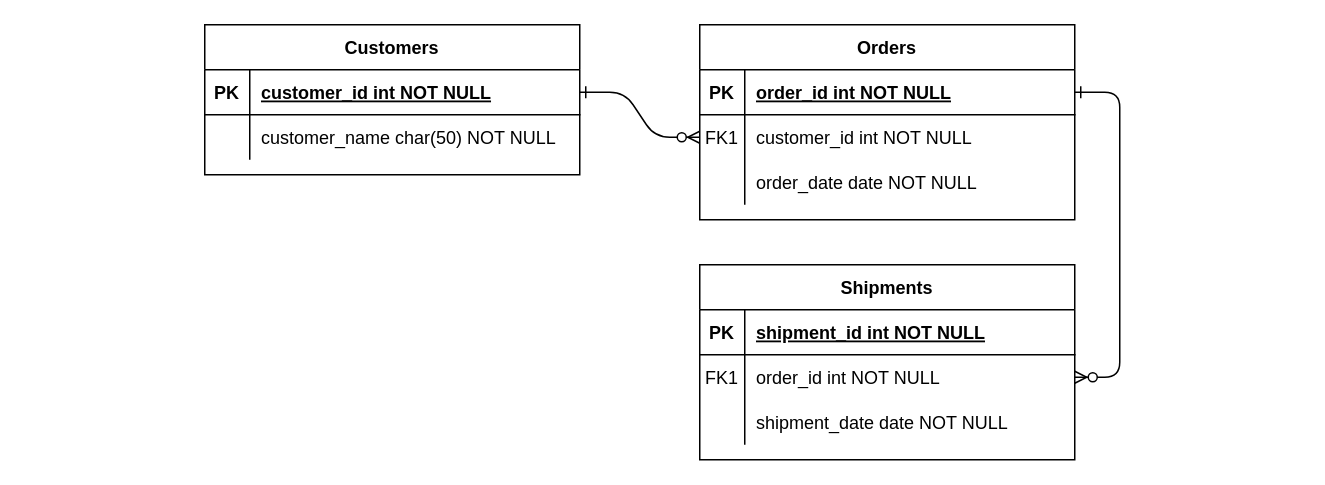
Before: Untitled Diagram.drawio in best-scooter/sds, a draw.io diagram. Source tidied: cells renumbered, new cells numbered last; positions are measured from the earlier drawing's top-left corner, leaving out a move shared by most shapes. Both pictures are drawn from the tidied source at 150%, with x=0, y=0 at pixel (204, 24).
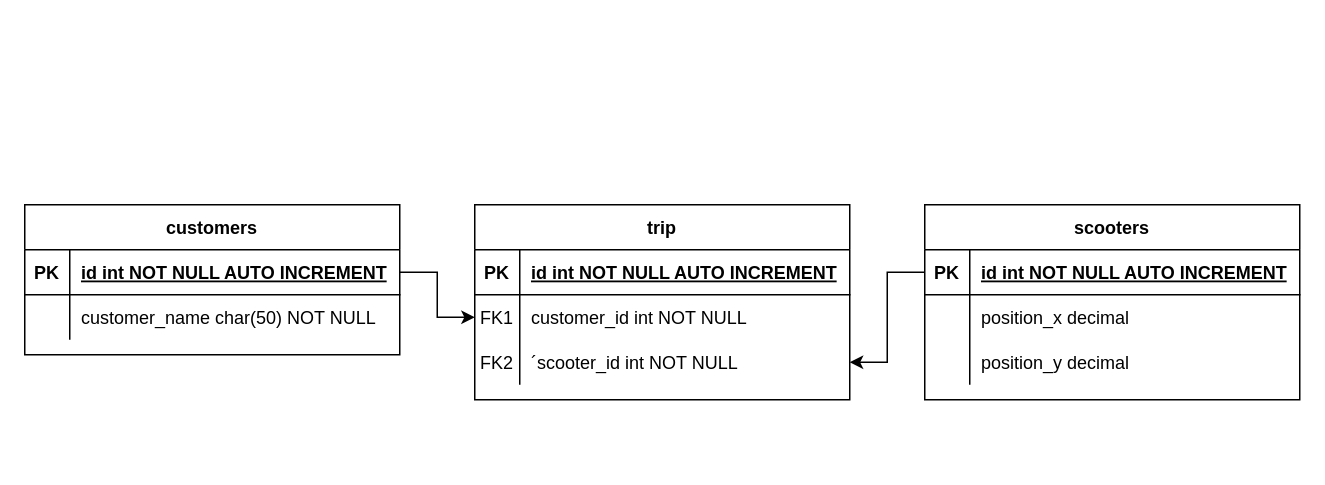
The same diagram, later.

The change refers to these unchanged cells:
```xml
<mxCell id="5" style="shape=partialRectangle;fillColor=none;points=[[0,0.5],[1,0.5]];portConstraint=eastwest;top=0;left=0;right=0;bottom=1;" parent="4" vertex="1">
  <mxGeometry y="30" width="250" height="30" as="geometry" />
</mxCell>
<mxCell id="8" style="shape=partialRectangle;fillColor=none;points=[[0,0.5],[1,0.5]];portConstraint=eastwest;top=0;left=0;right=0;bottom=0;" parent="4" vertex="1">
  <mxGeometry y="60" width="250" height="30" as="geometry" />
</mxCell>
<mxCell id="11" style="shape=partialRectangle;fillColor=none;top=0;left=0;right=0;bottom=0;" parent="4" vertex="1">
  <mxGeometry y="90" width="250" height="30" as="geometry" />
</mxCell>
<mxCell id="15" style="shape=partialRectangle;fillColor=none;top=0;left=0;right=0;bottom=1;" parent="14" vertex="1">
  <mxGeometry y="30" width="250" height="30" as="geometry" />
</mxCell>
<mxCell id="18" style="shape=partialRectangle;fillColor=none;points=[[0,0.5],[1,0.5]];portConstraint=eastwest;top=0;left=0;right=0;bottom=0;" parent="14" vertex="1">
  <mxGeometry y="60" width="250" height="30" as="geometry" />
</mxCell>
<mxCell id="21" style="shape=partialRectangle;fillColor=none;points=[[0,0.5],[1,0.5]];portConstraint=eastwest;top=0;left=0;right=0;bottom=0;" parent="14" vertex="1">
  <mxGeometry y="90" width="250" height="30" as="geometry" />
</mxCell>
<mxCell id="25" style="shape=partialRectangle;fillColor=none;points=[[0,0.5],[1,0.5]];portConstraint=eastwest;top=0;left=0;right=0;bottom=1;" parent="24" vertex="1">
  <mxGeometry y="30" width="250" height="30" as="geometry" />
</mxCell>
```

The edit, as a diff of the source:
```diff
@@
-    <mxCell id="2" style="edgeStyle=entityRelationEdgeStyle;endArrow=ERzeroToMany;startArrow=ERone;endFill=1;startFill=0;" parent="1" edge="1" source="25" target="8">
-      <mxGeometry relative="1" as="geometry" />
-    </mxCell>
-    <mxCell id="3" style="edgeStyle=entityRelationEdgeStyle;endArrow=ERzeroToMany;startArrow=ERone;endFill=1;startFill=0;" parent="1" edge="1" source="5" target="18">
-      <mxGeometry relative="1" as="geometry" />
-    </mxCell>
-    <mxCell id="4" value="Orders" style="shape=table;startSize=30;childLayout=tableLayout;rowLines=0;fontStyle=1;align=center;" parent="1" vertex="1">
-      <mxGeometry x="330" width="250" height="130" as="geometry" />
+    <mxCell id="4" value="scooters" style="shape=table;startSize=30;childLayout=tableLayout;rowLines=0;fontStyle=1;align=center;" parent="1" vertex="1">
+      <mxGeometry x="480" y="120" width="250" height="130" as="geometry" />
     </mxCell>
@@
-    <mxCell id="7" value="order_id int NOT NULL " style="shape=partialRectangle;overflow=hidden;fillColor=none;top=0;left=0;bottom=0;right=0;align=left;spacingLeft=6;fontStyle=5;" parent="5" vertex="1">
+    <mxCell id="7" value="id int NOT NULL AUTO INCREMENT" style="shape=partialRectangle;overflow=hidden;fillColor=none;top=0;left=0;bottom=0;right=0;align=left;spacingLeft=6;fontStyle=5;" parent="5" vertex="1">
       <mxGeometry x="30" width="220" height="30" as="geometry" />
     </mxCell>
@@
-    <mxCell id="9" value="FK1" style="shape=partialRectangle;overflow=hidden;fillColor=none;top=0;left=0;bottom=0;right=0;" parent="8" vertex="1">
+    <mxCell id="9" style="shape=partialRectangle;overflow=hidden;fillColor=none;top=0;left=0;bottom=0;right=0;" parent="8" vertex="1">
       <mxGeometry width="30" height="30" as="geometry" />
     </mxCell>
-    <mxCell id="10" value="customer_id int NOT NULL" style="shape=partialRectangle;overflow=hidden;fillColor=none;top=0;left=0;bottom=0;right=0;align=left;spacingLeft=6;" parent="8" vertex="1">
+    <mxCell id="10" value="position_x decimal" style="shape=partialRectangle;overflow=hidden;fillColor=none;top=0;left=0;bottom=0;right=0;align=left;spacingLeft=6;" parent="8" vertex="1">
       <mxGeometry x="30" width="220" height="30" as="geometry" />
     </mxCell>
@@
-    <mxCell id="13" value="order_date date NOT NULL" style="shape=partialRectangle;overflow=hidden;fillColor=none;top=0;left=0;bottom=0;right=0;align=left;spacingLeft=6;" parent="11" vertex="1">
+    <mxCell id="13" value="position_y decimal" style="shape=partialRectangle;overflow=hidden;fillColor=none;top=0;left=0;bottom=0;right=0;align=left;spacingLeft=6;" parent="11" vertex="1">
       <mxGeometry x="30" width="220" height="30" as="geometry" />
     </mxCell>
-    <mxCell id="14" value="Shipments" style="shape=table;startSize=30;childLayout=tableLayout;rowLines=0;fontStyle=1;align=center;" parent="1" vertex="1">
-      <mxGeometry x="330" y="160" width="250" height="130" as="geometry" />
+    <mxCell id="14" value="trip" style="shape=table;startSize=30;childLayout=tableLayout;rowLines=0;fontStyle=1;align=center;" parent="1" vertex="1">
+      <mxGeometry x="180" y="120" width="250" height="130" as="geometry" />
     </mxCell>
@@
-    <mxCell id="17" value="shipment_id int NOT NULL " style="shape=partialRectangle;overflow=hidden;fillColor=none;top=0;left=0;bottom=0;right=0;align=left;spacingLeft=6;fontStyle=5;" parent="15" vertex="1">
+    <mxCell id="17" value="id int NOT NULL AUTO INCREMENT" style="shape=partialRectangle;overflow=hidden;fillColor=none;top=0;left=0;bottom=0;right=0;align=left;spacingLeft=6;fontStyle=5;" parent="15" vertex="1">
       <mxGeometry x="30" width="220" height="30" as="geometry" />
     </mxCell>
@@
-    <mxCell id="20" value="order_id int NOT NULL" style="shape=partialRectangle;overflow=hidden;fillColor=none;top=0;left=0;bottom=0;right=0;align=left;spacingLeft=6;" parent="18" vertex="1">
+    <mxCell id="20" value="customer_id int NOT NULL" style="shape=partialRectangle;overflow=hidden;fillColor=none;top=0;left=0;bottom=0;right=0;align=left;spacingLeft=6;" parent="18" vertex="1">
       <mxGeometry x="30" width="220" height="30" as="geometry" />
     </mxCell>
@@
-    <mxCell id="22" style="shape=partialRectangle;overflow=hidden;fillColor=none;top=0;left=0;bottom=0;right=0;" parent="21" vertex="1">
+    <mxCell id="22" value="FK2" style="shape=partialRectangle;overflow=hidden;fillColor=none;top=0;left=0;bottom=0;right=0;" parent="21" vertex="1">
       <mxGeometry width="30" height="30" as="geometry" />
     </mxCell>
-    <mxCell id="23" value="shipment_date date NOT NULL" style="shape=partialRectangle;overflow=hidden;fillColor=none;top=0;left=0;bottom=0;right=0;align=left;spacingLeft=6;" parent="21" vertex="1">
+    <mxCell id="23" value="´scooter_id int NOT NULL" style="shape=partialRectangle;overflow=hidden;fillColor=none;top=0;left=0;bottom=0;right=0;align=left;spacingLeft=6;" parent="21" vertex="1">
       <mxGeometry x="30" width="220" height="30" as="geometry" />
     </mxCell>
-    <mxCell id="24" value="Customers" style="shape=table;startSize=30;childLayout=tableLayout;rowLines=0;fontStyle=1;align=center;" parent="1" vertex="1">
-      <mxGeometry width="250" height="100" as="geometry" />
+    <mxCell id="24" value="customers" style="shape=table;startSize=30;childLayout=tableLayout;rowLines=0;fontStyle=1;align=center;" parent="1" vertex="1">
+      <mxGeometry x="-120" y="120" width="250" height="100" as="geometry" />
     </mxCell>
@@
-    <mxCell id="27" value="customer_id int NOT NULL " style="shape=partialRectangle;overflow=hidden;fillColor=none;top=0;left=0;bottom=0;right=0;align=left;spacingLeft=6;fontStyle=5;" parent="25" vertex="1">
+    <mxCell id="27" value="id int NOT NULL AUTO INCREMENT" style="shape=partialRectangle;overflow=hidden;fillColor=none;top=0;left=0;bottom=0;right=0;align=left;spacingLeft=6;fontStyle=5;" parent="25" vertex="1">
       <mxGeometry x="30" width="220" height="30" as="geometry" />
     </mxCell>
@@
+    <mxCell id="31" style="edgeStyle=orthogonalEdgeStyle;rounded=0;jettySize=auto;html=1;exitX=1;exitY=0.5;exitDx=0;exitDy=0;" parent="1" edge="1" source="25" target="18">
+      <mxGeometry relative="1" as="geometry" />
+    </mxCell>
+    <mxCell id="32" style="edgeStyle=orthogonalEdgeStyle;rounded=0;jettySize=auto;html=1;exitX=0;exitY=0.5;exitDx=0;exitDy=0;" parent="1" edge="1" source="5" target="21">
+      <mxGeometry relative="1" as="geometry" />
+    </mxCell>
```
